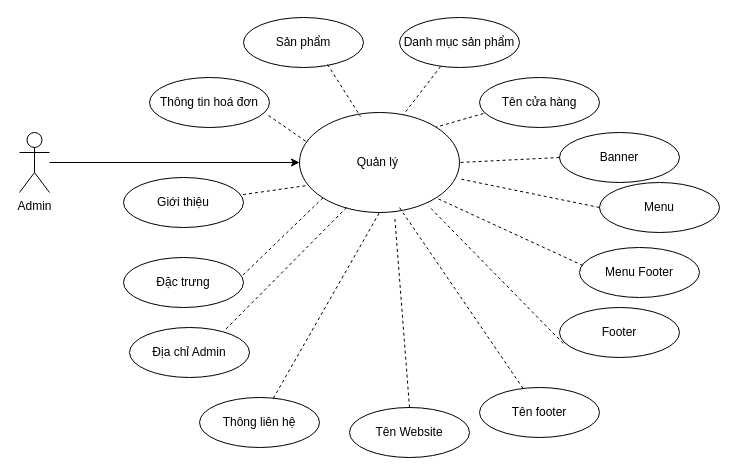
Above: UseCaseAdmin (1).drawio in duongquocvu0411/CDSG-CNPM (draw.io), before the change. Source tidied: cells renumbered, new cells numbered last; positions are measured from the earlier drawing's top-left corner, leaving out a move shared by most shapes. Both pictures are drawn from the tidied source at 100%, with x=0, y=0 at pixel (19, 17).
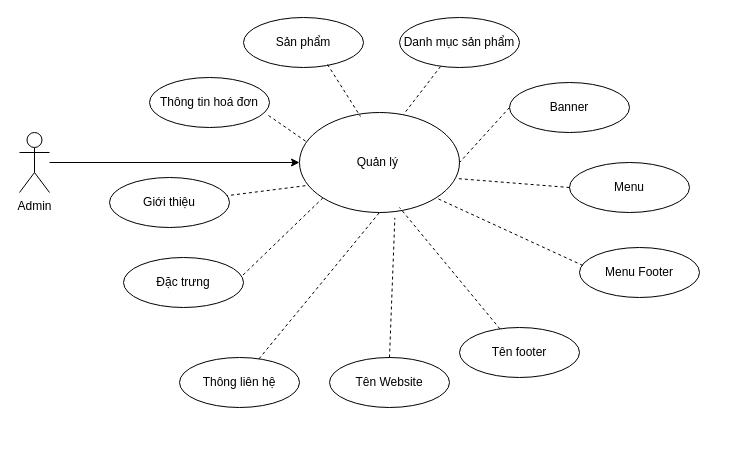
After the change.

The change refers to these unchanged cells:
```xml
<mxCell id="10" value="Quản lý&amp;nbsp;" style="ellipse;whiteSpace=wrap;html=1;" parent="1" vertex="1">
  <mxGeometry x="280" y="95" width="160" height="100" as="geometry" />
</mxCell>
```

What changed in the source:
```diff
@@
-    <mxCell id="8" value="Địa chỉ Admin" style="ellipse;whiteSpace=wrap;html=1;" parent="1" vertex="1">
-      <mxGeometry x="110" y="310" width="120" height="50" as="geometry" />
-    </mxCell>
     <mxCell id="9" value="Thông liên hệ" style="ellipse;whiteSpace=wrap;html=1;" parent="1" vertex="1">
-      <mxGeometry x="180" y="380" width="120" height="50" as="geometry" />
+      <mxGeometry x="160" y="340" width="120" height="50" as="geometry" />
     </mxCell>
@@
     <mxCell id="11" value="Banner" style="ellipse;whiteSpace=wrap;html=1;" parent="1" vertex="1">
-      <mxGeometry x="540" y="115" width="120" height="50" as="geometry" />
+      <mxGeometry x="490" y="65" width="120" height="50" as="geometry" />
     </mxCell>
-    <mxCell id="12" value="Tên cửa hàng" style="ellipse;whiteSpace=wrap;html=1;" parent="1" vertex="1">
-      <mxGeometry x="460" y="60" width="120" height="50" as="geometry" />
-    </mxCell>
     <mxCell id="13" value="Tên footer" style="ellipse;whiteSpace=wrap;html=1;" parent="1" vertex="1">
-      <mxGeometry x="460" y="370" width="120" height="50" as="geometry" />
+      <mxGeometry x="440" y="310" width="120" height="50" as="geometry" />
     </mxCell>
@@
-    <mxCell id="16" style="endArrow=none;dashed=1;html=1;rounded=0;entryX=1;entryY=0;entryDx=0;entryDy=0;exitX=0.033;exitY=0.72;exitDx=0;exitDy=0;exitPerimeter=0;" parent="1" edge="1" source="12" target="10">
-      <mxGeometry relative="1" as="geometry" />
-    </mxCell>
@@
-    <mxCell id="21" style="endArrow=none;dashed=1;html=1;rounded=0;entryX=0.792;entryY=0.06;entryDx=0;entryDy=0;exitX=0.294;exitY=0.95;exitDx=0;exitDy=0;entryPerimeter=0;exitPerimeter=0;" parent="1" edge="1" source="10" target="8">
-      <mxGeometry relative="1" as="geometry" />
-    </mxCell>
-    <mxCell id="22" value="Footer" style="ellipse;whiteSpace=wrap;html=1;" parent="1" vertex="1">
-      <mxGeometry x="540" y="290" width="120" height="50" as="geometry" />
-    </mxCell>
@@
-    <mxCell id="24" style="endArrow=none;dashed=1;html=1;rounded=0;entryX=0.806;entryY=0.934;entryDx=0;entryDy=0;exitX=0.032;exitY=0.72;exitDx=0;exitDy=0;entryPerimeter=0;exitPerimeter=0;" parent="1" edge="1" source="22" target="10">
-      <mxGeometry relative="1" as="geometry" />
-    </mxCell>
@@
     <mxCell id="27" value="Tên Website" style="ellipse;whiteSpace=wrap;html=1;" parent="1" vertex="1">
-      <mxGeometry x="330" y="390" width="120" height="50" as="geometry" />
+      <mxGeometry x="310" y="340" width="120" height="50" as="geometry" />
     </mxCell>
@@
     <mxCell id="29" value="Menu" style="ellipse;whiteSpace=wrap;html=1;" parent="1" vertex="1">
-      <mxGeometry x="580" y="165" width="120" height="50" as="geometry" />
+      <mxGeometry x="550" y="145" width="120" height="50" as="geometry" />
     </mxCell>
@@
     <mxCell id="31" value="Giới thiệu" style="ellipse;whiteSpace=wrap;html=1;" parent="1" vertex="1">
-      <mxGeometry x="104" y="160" width="120" height="50" as="geometry" />
+      <mxGeometry x="90" y="160" width="120" height="50" as="geometry" />
     </mxCell>
```
